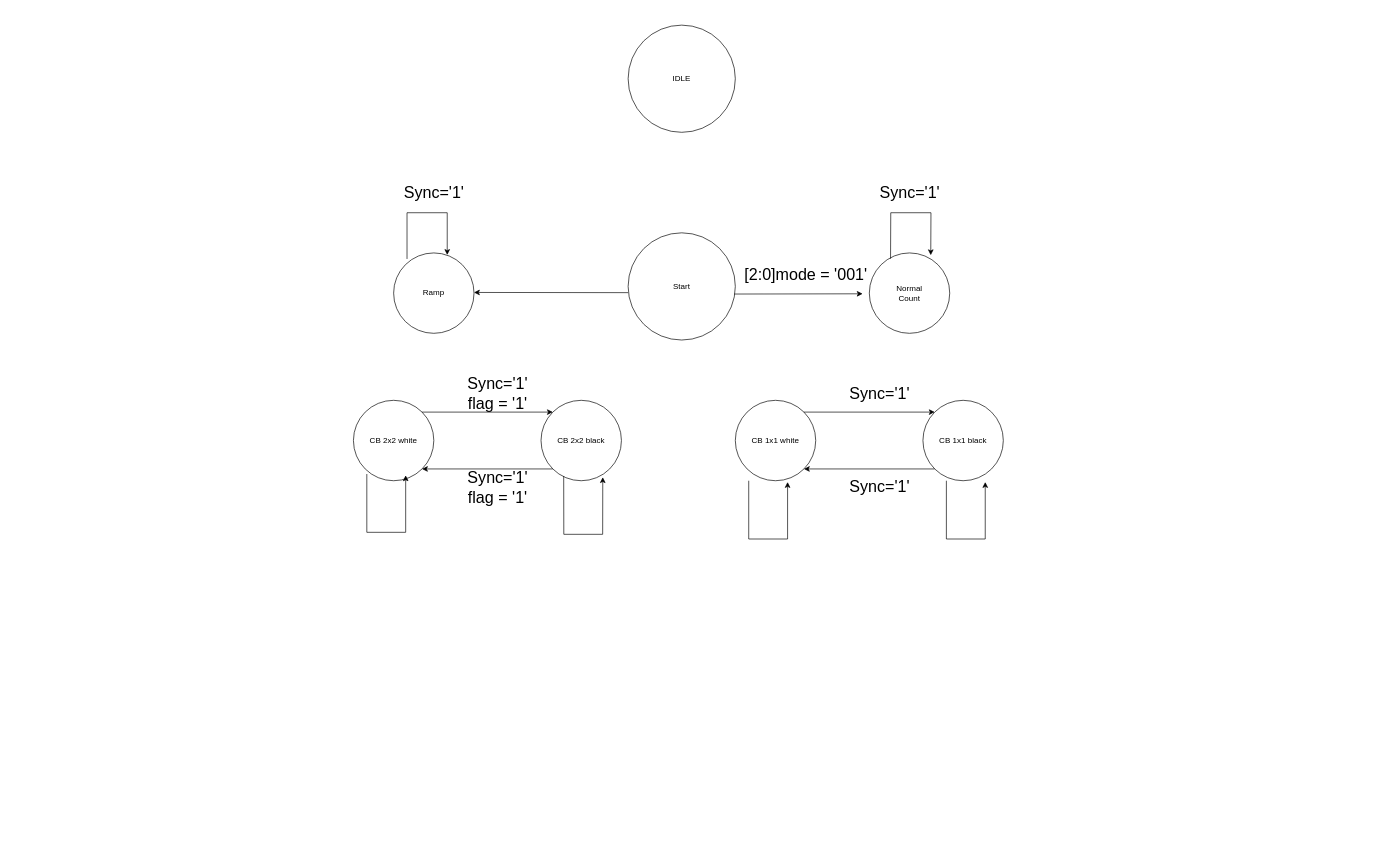
The draw.io diagram Diagrams/State_Machine.drawio in sabarioded/Patterns_Project, before the edit. Source tidied: cells renumbered, new cells numbered last; positions are measured from the earlier drawing's top-left corner, leaving out a move shared by most shapes. Both pictures are drawn from the tidied source at 67%, with x=0, y=0 at pixel (353, 25).
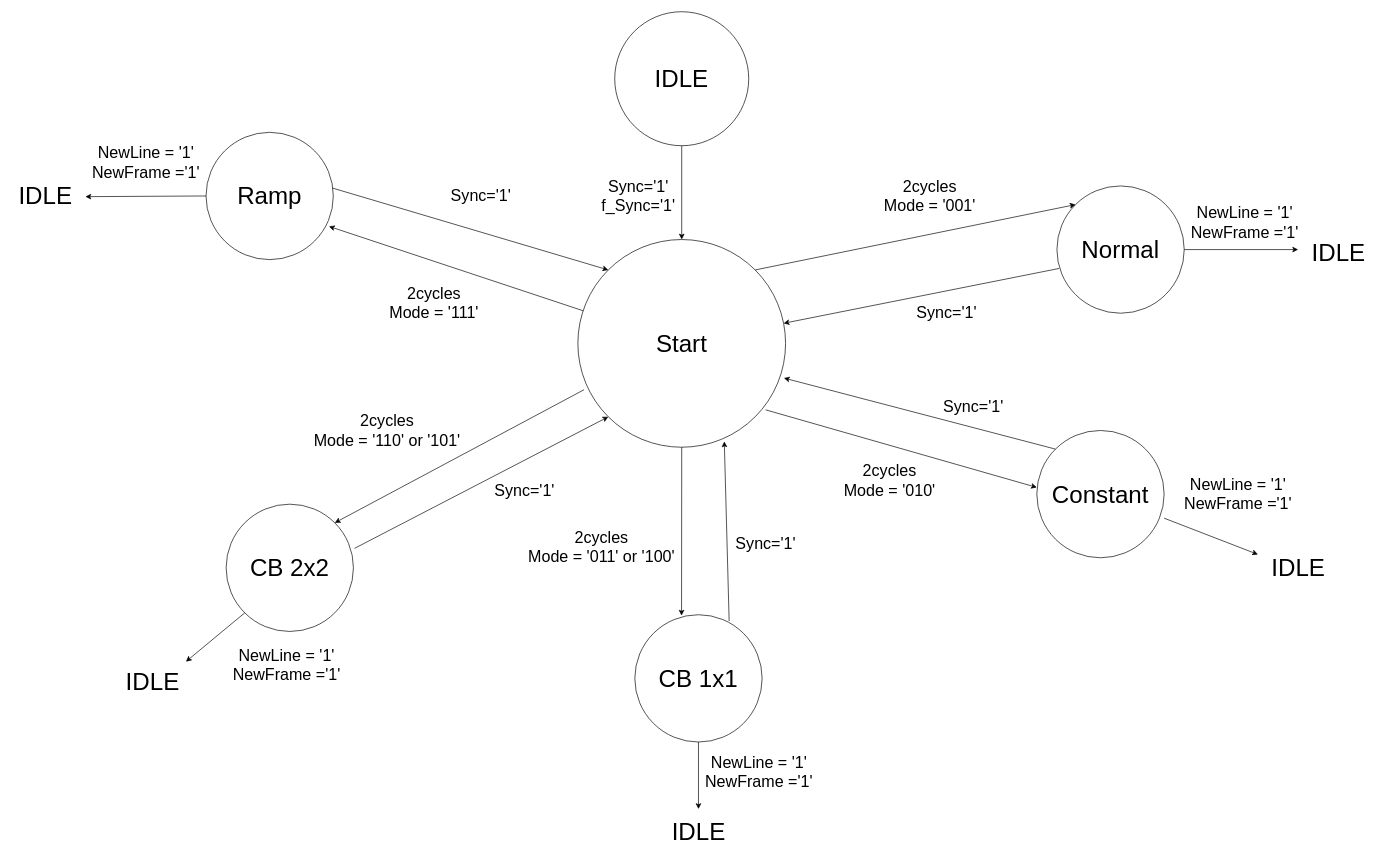
After the change.

What changed in the source:
```diff
@@
-    <mxCell id="2" value="Start" style="ellipse;whiteSpace=wrap;html=1;" parent="1" vertex="1">
-      <mxGeometry x="410" y="310" width="160" height="160" as="geometry" />
+    <mxCell id="2" value="&lt;font style=&quot;font-size: 36px;&quot;&gt;Start&lt;/font&gt;" style="ellipse;whiteSpace=wrap;html=1;" parent="1" vertex="1">
+      <mxGeometry x="335" y="320" width="310" height="310" as="geometry" />
     </mxCell>
-    <mxCell id="3" value="Normal&lt;div&gt;Count&lt;/div&gt;" style="ellipse;whiteSpace=wrap;html=1;" parent="1" vertex="1">
-      <mxGeometry x="770" y="340" width="120" height="120" as="geometry" />
-    </mxCell>
-    <mxCell id="4" style="endArrow=classic;html=1;rounded=0;exitX=0.99;exitY=0.571;exitDx=0;exitDy=0;exitPerimeter=0;" parent="1" edge="1" source="2">
-      <mxGeometry relative="1" as="geometry">
-        <mxPoint x="760" y="401" as="targetPoint" />
-      </mxGeometry>
-    </mxCell>
-    <mxCell id="5" value="&lt;font style=&quot;font-size: 24px;&quot;&gt;[2:0]mode = '001'&lt;/font&gt;" style="text;html=1;align=center;verticalAlign=middle;strokeColor=none;fillColor=none;" parent="1" vertex="1">
-      <mxGeometry x="570" y="353" width="210" height="40" as="geometry" />
-    </mxCell>
-    <mxCell id="6" style="endArrow=classic;html=1;rounded=0;exitX=0.264;exitY=0.072;exitDx=0;exitDy=0;exitPerimeter=0;entryX=0.764;entryY=0.028;entryDx=0;entryDy=0;entryPerimeter=0;" parent="1" edge="1" source="3" target="3">
-      <mxGeometry relative="1" as="geometry">
-        <Array as="points">
-          <mxPoint x="802" y="280" />
-          <mxPoint x="862" y="280" />
-        </Array>
-      </mxGeometry>
-    </mxCell>
-    <mxCell id="7" value="&lt;font style=&quot;font-size: 24px;&quot;&gt;Sync='1'&lt;/font&gt;" style="text;html=1;align=center;verticalAlign=middle;strokeColor=none;fillColor=none;" parent="1" vertex="1">
-      <mxGeometry x="775" y="230" width="110" height="40" as="geometry" />
-    </mxCell>
-    <mxCell id="8" style="endArrow=classic;html=1;rounded=0;" parent="1" edge="1">
-      <mxGeometry relative="1" as="geometry">
-        <mxPoint x="410" y="399.3" as="sourcePoint" />
-        <mxPoint x="180" y="399" as="targetPoint" />
-      </mxGeometry>
-    </mxCell>
-    <mxCell id="9" value="&lt;div&gt;Ramp&lt;/div&gt;" style="ellipse;whiteSpace=wrap;html=1;" parent="1" vertex="1">
-      <mxGeometry x="60" y="340" width="120" height="120" as="geometry" />
+    <mxCell id="9" value="&lt;div&gt;&lt;font style=&quot;font-size: 36px;&quot;&gt;Ramp&lt;/font&gt;&lt;/div&gt;" style="ellipse;whiteSpace=wrap;html=1;" parent="1" vertex="1">
+      <mxGeometry x="-220" y="160" width="190" height="190" as="geometry" />
     </mxCell>
-    <mxCell id="10" style="endArrow=classic;html=1;rounded=0;exitX=0.264;exitY=0.072;exitDx=0;exitDy=0;exitPerimeter=0;entryX=0.764;entryY=0.028;entryDx=0;entryDy=0;entryPerimeter=0;" parent="1" edge="1">
-      <mxGeometry relative="1" as="geometry">
-        <mxPoint x="80" y="349" as="sourcePoint" />
-        <mxPoint x="140" y="343" as="targetPoint" />
-        <Array as="points">
-          <mxPoint x="80" y="280" />
-          <mxPoint x="140" y="280" />
-        </Array>
-      </mxGeometry>
-    </mxCell>
-    <mxCell id="11" value="&lt;font style=&quot;font-size: 24px;&quot;&gt;Sync='1'&lt;/font&gt;" style="text;html=1;align=center;verticalAlign=middle;strokeColor=none;fillColor=none;" parent="1" vertex="1">
-      <mxGeometry x="65" y="230" width="110" height="40" as="geometry" />
-    </mxCell>
-    <mxCell id="12" value="CB 1x1 white" style="ellipse;whiteSpace=wrap;html=1;" parent="1" vertex="1">
-      <mxGeometry x="570" y="560" width="120" height="120" as="geometry" />
-    </mxCell>
-    <mxCell id="13" value="&lt;div&gt;CB 1x1 black&lt;/div&gt;" style="ellipse;whiteSpace=wrap;html=1;" parent="1" vertex="1">
-      <mxGeometry x="850" y="560" width="120" height="120" as="geometry" />
-    </mxCell>
-    <mxCell id="14" style="endArrow=classic;html=1;rounded=0;exitX=1;exitY=0;exitDx=0;exitDy=0;entryX=0;entryY=0;entryDx=0;entryDy=0;" parent="1" edge="1" source="12" target="13">
-      <mxGeometry relative="1" as="geometry" />
-    </mxCell>
-    <mxCell id="15" style="endArrow=classic;html=1;rounded=0;exitX=0;exitY=1;exitDx=0;exitDy=0;entryX=1;entryY=1;entryDx=0;entryDy=0;" parent="1" edge="1" source="13" target="12">
-      <mxGeometry relative="1" as="geometry" />
-    </mxCell>
-    <mxCell id="16" value="&lt;font style=&quot;font-size: 24px;&quot;&gt;Sync='1'&lt;/font&gt;" style="text;html=1;align=center;verticalAlign=middle;strokeColor=none;fillColor=none;" parent="1" vertex="1">
-      <mxGeometry x="730" y="530" width="110" height="40" as="geometry" />
-    </mxCell>
-    <mxCell id="17" value="&lt;font style=&quot;font-size: 24px;&quot;&gt;Sync='1'&lt;/font&gt;" style="text;html=1;align=center;verticalAlign=middle;strokeColor=none;fillColor=none;" parent="1" vertex="1">
-      <mxGeometry x="730" y="670" width="110" height="40" as="geometry" />
-    </mxCell>
-    <mxCell id="18" value="CB 2x2 white" style="ellipse;whiteSpace=wrap;html=1;" parent="1" vertex="1">
-      <mxGeometry y="560" width="120" height="120" as="geometry" />
-    </mxCell>
-    <mxCell id="19" value="&lt;div&gt;CB 2x2 black&lt;/div&gt;" style="ellipse;whiteSpace=wrap;html=1;" parent="1" vertex="1">
-      <mxGeometry x="280" y="560" width="120" height="120" as="geometry" />
-    </mxCell>
-    <mxCell id="20" style="endArrow=classic;html=1;rounded=0;exitX=1;exitY=0;exitDx=0;exitDy=0;entryX=0;entryY=0;entryDx=0;entryDy=0;" parent="1" edge="1" source="18" target="19">
-      <mxGeometry relative="1" as="geometry" />
-    </mxCell>
-    <mxCell id="21" style="endArrow=classic;html=1;rounded=0;exitX=0;exitY=1;exitDx=0;exitDy=0;entryX=1;entryY=1;entryDx=0;entryDy=0;" parent="1" edge="1" source="19" target="18">
-      <mxGeometry relative="1" as="geometry" />
-    </mxCell>
-    <mxCell id="22" value="&lt;font style=&quot;font-size: 24px;&quot;&gt;Sync='1'&lt;/font&gt;&lt;div&gt;&lt;font style=&quot;font-size: 24px;&quot;&gt;flag = '1'&lt;/font&gt;&lt;/div&gt;" style="text;html=1;align=center;verticalAlign=middle;strokeColor=none;fillColor=none;" parent="1" vertex="1">
-      <mxGeometry x="160" y="515" width="110" height="70" as="geometry" />
-    </mxCell>
-    <mxCell id="23" value="&lt;font style=&quot;font-size: 24px;&quot;&gt;Sync='1'&lt;/font&gt;&lt;div&gt;&lt;font style=&quot;font-size: 24px;&quot;&gt;flag = '1'&lt;/font&gt;&lt;/div&gt;" style="text;html=1;align=center;verticalAlign=middle;strokeColor=none;fillColor=none;" parent="1" vertex="1">
-      <mxGeometry x="160" y="655" width="110" height="70" as="geometry" />
-    </mxCell>
-    <mxCell id="24" value="IDLE" style="ellipse;whiteSpace=wrap;html=1;" parent="1" vertex="1">
-      <mxGeometry x="410" width="160" height="160" as="geometry" />
+    <mxCell id="24" value="&lt;font style=&quot;font-size: 36px;&quot;&gt;IDLE&lt;/font&gt;" style="ellipse;whiteSpace=wrap;html=1;" parent="1" vertex="1">
+      <mxGeometry x="390" y="-20" width="200" height="200" as="geometry" />
     </mxCell>
-    <mxCell id="25" style="endArrow=classic;html=1;rounded=0;exitX=0.282;exitY=0.942;exitDx=0;exitDy=0;exitPerimeter=0;entryX=0.768;entryY=0.956;entryDx=0;entryDy=0;entryPerimeter=0;" parent="1" edge="1" source="19" target="19">
-      <mxGeometry relative="1" as="geometry">
-        <Array as="points">
-          <mxPoint x="314" y="760" />
-          <mxPoint x="372" y="760" />
-        </Array>
-      </mxGeometry>
-    </mxCell>
-    <mxCell id="26" style="endArrow=classic;html=1;rounded=0;exitX=0.282;exitY=0.942;exitDx=0;exitDy=0;exitPerimeter=0;entryX=0.768;entryY=0.956;entryDx=0;entryDy=0;entryPerimeter=0;" parent="1" edge="1">
-      <mxGeometry relative="1" as="geometry">
-        <mxPoint x="20" y="670" as="sourcePoint" />
-        <mxPoint x="78" y="672" as="targetPoint" />
-        <Array as="points">
-          <mxPoint x="20" y="757" />
-          <mxPoint x="78" y="757" />
-        </Array>
-      </mxGeometry>
-    </mxCell>
-    <mxCell id="27" style="endArrow=classic;html=1;rounded=0;exitX=0.282;exitY=0.942;exitDx=0;exitDy=0;exitPerimeter=0;entryX=0.768;entryY=0.956;entryDx=0;entryDy=0;entryPerimeter=0;" parent="1" edge="1">
-      <mxGeometry relative="1" as="geometry">
-        <mxPoint x="590" y="680" as="sourcePoint" />
-        <mxPoint x="648" y="682" as="targetPoint" />
-        <Array as="points">
-          <mxPoint x="590" y="767" />
-          <mxPoint x="648" y="767" />
-        </Array>
-      </mxGeometry>
-    </mxCell>
-    <mxCell id="28" style="endArrow=classic;html=1;rounded=0;exitX=0.282;exitY=0.942;exitDx=0;exitDy=0;exitPerimeter=0;entryX=0.768;entryY=0.956;entryDx=0;entryDy=0;entryPerimeter=0;" parent="1" edge="1">
-      <mxGeometry relative="1" as="geometry">
-        <mxPoint x="885" y="680" as="sourcePoint" />
-        <mxPoint x="943" y="682" as="targetPoint" />
-        <Array as="points">
-          <mxPoint x="885" y="767" />
-          <mxPoint x="943" y="767" />
-        </Array>
-      </mxGeometry>
-    </mxCell>
+    <mxCell id="29" style="endArrow=classic;html=1;rounded=0;exitX=0.5;exitY=1;exitDx=0;exitDy=0;entryX=0.5;entryY=0;entryDx=0;entryDy=0;" parent="1" edge="1" source="24" target="2">
+      <mxGeometry relative="1" as="geometry" />
+    </mxCell>
+    <mxCell id="30" value="&lt;span style=&quot;font-size: 24px;&quot;&gt;Sync='1'&lt;/span&gt;&lt;div&gt;&lt;span style=&quot;font-size: 24px;&quot;&gt;f_Sync='1'&lt;/span&gt;&lt;/div&gt;" style="text;html=1;align=center;verticalAlign=middle;strokeColor=none;fillColor=none;" parent="1" vertex="1">
+      <mxGeometry x="360" y="220" width="130" height="70" as="geometry" />
+    </mxCell>
+    <mxCell id="31" value="&lt;div&gt;&lt;font style=&quot;font-size: 36px;&quot;&gt;CB 2x2&lt;/font&gt;&lt;/div&gt;" style="ellipse;whiteSpace=wrap;html=1;" parent="1" vertex="1">
+      <mxGeometry x="-190" y="715" width="190" height="190" as="geometry" />
+    </mxCell>
+    <mxCell id="32" value="&lt;div&gt;&lt;font style=&quot;font-size: 36px;&quot;&gt;Constant&lt;/font&gt;&lt;/div&gt;" style="ellipse;whiteSpace=wrap;html=1;" parent="1" vertex="1">
+      <mxGeometry x="1020" y="605" width="190" height="190" as="geometry" />
+    </mxCell>
+    <mxCell id="33" value="&lt;div&gt;&lt;font style=&quot;font-size: 36px;&quot;&gt;Normal&lt;/font&gt;&lt;/div&gt;" style="ellipse;whiteSpace=wrap;html=1;" parent="1" vertex="1">
+      <mxGeometry x="1050" y="240" width="190" height="190" as="geometry" />
+    </mxCell>
+    <mxCell id="34" style="endArrow=classic;html=1;rounded=0;exitX=0.994;exitY=0.438;exitDx=0;exitDy=0;entryX=0;entryY=0;entryDx=0;entryDy=0;exitPerimeter=0;" parent="1" edge="1" source="9" target="2">
+      <mxGeometry relative="1" as="geometry" />
+    </mxCell>
+    <mxCell id="35" style="endArrow=classic;html=1;rounded=0;entryX=0.966;entryY=0.739;entryDx=0;entryDy=0;entryPerimeter=0;" parent="1" edge="1" source="2" target="9">
+      <mxGeometry relative="1" as="geometry" />
+    </mxCell>
+    <mxCell id="36" style="endArrow=classic;html=1;rounded=0;exitX=1;exitY=0;exitDx=0;exitDy=0;entryX=0;entryY=0;entryDx=0;entryDy=0;" parent="1" edge="1" source="2" target="33">
+      <mxGeometry relative="1" as="geometry" />
+    </mxCell>
+    <mxCell id="37" style="endArrow=classic;html=1;rounded=0;exitX=0.019;exitY=0.648;exitDx=0;exitDy=0;exitPerimeter=0;" parent="1" edge="1" source="33" target="2">
+      <mxGeometry relative="1" as="geometry" />
+    </mxCell>
+    <mxCell id="38" style="endArrow=classic;html=1;rounded=0;exitX=0;exitY=0;exitDx=0;exitDy=0;entryX=0.992;entryY=0.667;entryDx=0;entryDy=0;entryPerimeter=0;" parent="1" edge="1" source="32" target="2">
+      <mxGeometry relative="1" as="geometry" />
+    </mxCell>
+    <mxCell id="39" style="endArrow=classic;html=1;rounded=0;exitX=0.904;exitY=0.82;exitDx=0;exitDy=0;exitPerimeter=0;" parent="1" edge="1" source="2">
+      <mxGeometry relative="1" as="geometry">
+        <mxPoint x="1020" y="690" as="targetPoint" />
+      </mxGeometry>
+    </mxCell>
+    <mxCell id="40" style="endArrow=classic;html=1;rounded=0;exitX=0.03;exitY=0.723;exitDx=0;exitDy=0;entryX=1;entryY=0;entryDx=0;entryDy=0;exitPerimeter=0;" parent="1" edge="1" source="2" target="31">
+      <mxGeometry relative="1" as="geometry" />
+    </mxCell>
+    <mxCell id="41" style="endArrow=classic;html=1;rounded=0;entryX=0;entryY=1;entryDx=0;entryDy=0;exitX=1.009;exitY=0.347;exitDx=0;exitDy=0;exitPerimeter=0;" parent="1" edge="1" source="31" target="2">
+      <mxGeometry relative="1" as="geometry" />
+    </mxCell>
+    <mxCell id="42" value="&lt;font style=&quot;font-size: 24px;&quot;&gt;Sync='1'&lt;/font&gt;" style="text;html=1;align=center;verticalAlign=middle;strokeColor=none;fillColor=none;rotation=0;" parent="1" vertex="1">
+      <mxGeometry x="135" y="235" width="110" height="40" as="geometry" />
+    </mxCell>
+    <mxCell id="43" value="&lt;div&gt;&lt;font style=&quot;font-size: 36px;&quot;&gt;CB 1x1&lt;/font&gt;&lt;/div&gt;" style="ellipse;whiteSpace=wrap;html=1;" parent="1" vertex="1">
+      <mxGeometry x="420" y="880" width="190" height="190" as="geometry" />
+    </mxCell>
+    <mxCell id="44" style="endArrow=classic;html=1;rounded=0;exitX=0.5;exitY=1;exitDx=0;exitDy=0;entryX=0.367;entryY=0.007;entryDx=0;entryDy=0;entryPerimeter=0;" parent="1" edge="1" source="2" target="43">
+      <mxGeometry relative="1" as="geometry" />
+    </mxCell>
+    <mxCell id="45" style="endArrow=classic;html=1;rounded=0;exitX=0.741;exitY=0.05;exitDx=0;exitDy=0;exitPerimeter=0;entryX=0.705;entryY=0.972;entryDx=0;entryDy=0;entryPerimeter=0;" parent="1" edge="1" source="43" target="2">
+      <mxGeometry relative="1" as="geometry" />
+    </mxCell>
+    <mxCell id="46" value="&lt;font style=&quot;font-size: 24px;&quot;&gt;2cycles&lt;/font&gt;&lt;div&gt;&lt;span style=&quot;font-size: 24px;&quot;&gt;Mode = '111'&lt;/span&gt;&lt;/div&gt;" style="text;html=1;align=center;verticalAlign=middle;strokeColor=none;fillColor=none;rotation=0;" parent="1" vertex="1">
+      <mxGeometry x="40" y="380" width="160" height="70" as="geometry" />
+    </mxCell>
+    <mxCell id="47" value="&lt;font style=&quot;font-size: 24px;&quot;&gt;Sync='1'&lt;/font&gt;" style="text;html=1;align=center;verticalAlign=middle;strokeColor=none;fillColor=none;rotation=0;" parent="1" vertex="1">
+      <mxGeometry x="200" y="675" width="110" height="40" as="geometry" />
+    </mxCell>
+    <mxCell id="48" value="&lt;font style=&quot;font-size: 24px;&quot;&gt;2cycles&lt;/font&gt;&lt;div&gt;&lt;span style=&quot;font-size: 24px;&quot;&gt;Mode = '110' or '101'&lt;/span&gt;&lt;/div&gt;" style="text;html=1;align=center;verticalAlign=middle;strokeColor=none;fillColor=none;rotation=0;" parent="1" vertex="1">
+      <mxGeometry x="-70" y="570" width="240" height="70" as="geometry" />
+    </mxCell>
+    <mxCell id="49" value="&lt;font style=&quot;font-size: 24px;&quot;&gt;2cycles&lt;/font&gt;&lt;div&gt;&lt;span style=&quot;font-size: 24px;&quot;&gt;Mode = '011' or '100'&lt;/span&gt;&lt;/div&gt;" style="text;html=1;align=center;verticalAlign=middle;strokeColor=none;fillColor=none;rotation=0;" parent="1" vertex="1">
+      <mxGeometry x="250" y="744" width="240" height="70" as="geometry" />
+    </mxCell>
+    <mxCell id="50" value="&lt;font style=&quot;font-size: 24px;&quot;&gt;Sync='1'&lt;/font&gt;" style="text;html=1;align=center;verticalAlign=middle;strokeColor=none;fillColor=none;rotation=0;" parent="1" vertex="1">
+      <mxGeometry x="560" y="755" width="110" height="40" as="geometry" />
+    </mxCell>
+    <mxCell id="51" value="&lt;font style=&quot;font-size: 24px;&quot;&gt;Sync='1'&lt;/font&gt;" style="text;html=1;align=center;verticalAlign=middle;strokeColor=none;fillColor=none;rotation=0;" parent="1" vertex="1">
+      <mxGeometry x="870" y="550" width="110" height="40" as="geometry" />
+    </mxCell>
+    <mxCell id="52" value="&lt;font style=&quot;font-size: 24px;&quot;&gt;2cycles&lt;/font&gt;&lt;div&gt;&lt;span style=&quot;font-size: 24px;&quot;&gt;Mode = '010'&lt;/span&gt;&lt;/div&gt;" style="text;html=1;align=center;verticalAlign=middle;strokeColor=none;fillColor=none;rotation=0;" parent="1" vertex="1">
+      <mxGeometry x="720" y="645" width="160" height="70" as="geometry" />
+    </mxCell>
+    <mxCell id="53" value="&lt;font style=&quot;font-size: 24px;&quot;&gt;2cycles&lt;/font&gt;&lt;div&gt;&lt;span style=&quot;font-size: 24px;&quot;&gt;Mode = '001'&lt;/span&gt;&lt;/div&gt;" style="text;html=1;align=center;verticalAlign=middle;strokeColor=none;fillColor=none;rotation=0;" parent="1" vertex="1">
+      <mxGeometry x="780" y="220" width="160" height="70" as="geometry" />
+    </mxCell>
+    <mxCell id="54" value="&lt;font style=&quot;font-size: 24px;&quot;&gt;Sync='1'&lt;/font&gt;" style="text;html=1;align=center;verticalAlign=middle;strokeColor=none;fillColor=none;rotation=0;" parent="1" vertex="1">
+      <mxGeometry x="830" y="410" width="110" height="40" as="geometry" />
+    </mxCell>
+    <mxCell id="55" value="&lt;font style=&quot;font-size: 24px;&quot;&gt;NewLine = '1'&lt;/font&gt;&lt;div&gt;&lt;font style=&quot;font-size: 24px;&quot;&gt;NewFrame ='1'&lt;/font&gt;&lt;/div&gt;" style="text;html=1;align=center;verticalAlign=middle;strokeColor=none;fillColor=none;" parent="1" vertex="1">
+      <mxGeometry x="515" y="1080" width="180" height="70" as="geometry" />
+    </mxCell>
+    <mxCell id="56" style="endArrow=classic;html=1;rounded=0;exitX=0.5;exitY=1;exitDx=0;exitDy=0;" parent="1" edge="1" source="43">
+      <mxGeometry relative="1" as="geometry">
+        <mxPoint x="515" y="1170" as="targetPoint" />
+      </mxGeometry>
+    </mxCell>
+    <mxCell id="57" value="&lt;font style=&quot;font-size: 36px;&quot;&gt;IDLE&lt;/font&gt;" style="text;html=1;align=center;verticalAlign=middle;strokeColor=none;fillColor=none;" parent="1" vertex="1">
+      <mxGeometry x="465" y="1173" width="100" height="60" as="geometry" />
+    </mxCell>
+    <mxCell id="58" style="endArrow=classic;html=1;rounded=0;exitX=0;exitY=1;exitDx=0;exitDy=0;" parent="1" edge="1" source="31">
+      <mxGeometry relative="1" as="geometry">
+        <mxPoint x="-250" y="950" as="targetPoint" />
+      </mxGeometry>
+    </mxCell>
+    <mxCell id="59" value="&lt;font style=&quot;font-size: 24px;&quot;&gt;NewLine = '1'&lt;/font&gt;&lt;div&gt;&lt;font style=&quot;font-size: 24px;&quot;&gt;NewFrame ='1'&lt;/font&gt;&lt;/div&gt;" style="text;html=1;align=center;verticalAlign=middle;strokeColor=none;fillColor=none;" parent="1" vertex="1">
+      <mxGeometry x="-190" y="920" width="180" height="70" as="geometry" />
+    </mxCell>
+    <mxCell id="60" value="&lt;font style=&quot;font-size: 36px;&quot;&gt;IDLE&lt;/font&gt;" style="text;html=1;align=center;verticalAlign=middle;strokeColor=none;fillColor=none;" parent="1" vertex="1">
+      <mxGeometry x="-350" y="950" width="100" height="60" as="geometry" />
+    </mxCell>
+    <mxCell id="61" style="endArrow=classic;html=1;rounded=0;exitX=0;exitY=0.5;exitDx=0;exitDy=0;entryX=1.1;entryY=0.517;entryDx=0;entryDy=0;entryPerimeter=0;" parent="1" edge="1" source="9" target="63">
+      <mxGeometry relative="1" as="geometry" />
+    </mxCell>
+    <mxCell id="62" value="&lt;font style=&quot;font-size: 24px;&quot;&gt;NewLine = '1'&lt;/font&gt;&lt;div&gt;&lt;font style=&quot;font-size: 24px;&quot;&gt;NewFrame ='1'&lt;/font&gt;&lt;/div&gt;" style="text;html=1;align=center;verticalAlign=middle;strokeColor=none;fillColor=none;" parent="1" vertex="1">
+      <mxGeometry x="-400" y="170" width="180" height="70" as="geometry" />
+    </mxCell>
+    <mxCell id="63" value="&lt;font style=&quot;font-size: 36px;&quot;&gt;IDLE&lt;/font&gt;" style="text;html=1;align=center;verticalAlign=middle;points=[];strokeColor=none;fillColor=none;" parent="1" vertex="1">
+      <mxGeometry x="-510" y="225" width="100" height="60" as="geometry" />
+    </mxCell>
+    <mxCell id="64" style="endArrow=classic;html=1;rounded=0;exitX=1;exitY=0.689;exitDx=0;exitDy=0;exitPerimeter=0;" parent="1" edge="1" source="32">
+      <mxGeometry relative="1" as="geometry">
+        <mxPoint x="1350" y="790" as="targetPoint" />
+      </mxGeometry>
+    </mxCell>
+    <mxCell id="65" value="&lt;font style=&quot;font-size: 24px;&quot;&gt;NewLine = '1'&lt;/font&gt;&lt;div&gt;&lt;font style=&quot;font-size: 24px;&quot;&gt;NewFrame ='1'&lt;/font&gt;&lt;/div&gt;" style="text;html=1;align=center;verticalAlign=middle;strokeColor=none;fillColor=none;" parent="1" vertex="1">
+      <mxGeometry x="1230" y="665" width="180" height="70" as="geometry" />
+    </mxCell>
+    <mxCell id="66" value="&lt;font style=&quot;font-size: 36px;&quot;&gt;IDLE&lt;/font&gt;" style="text;html=1;align=center;verticalAlign=middle;strokeColor=none;fillColor=none;" parent="1" vertex="1">
+      <mxGeometry x="1360" y="780" width="100" height="60" as="geometry" />
+    </mxCell>
+    <mxCell id="67" style="endArrow=classic;html=1;rounded=0;exitX=1;exitY=0.5;exitDx=0;exitDy=0;" parent="1" edge="1" source="33">
+      <mxGeometry relative="1" as="geometry">
+        <mxPoint x="1410" y="335" as="targetPoint" />
+      </mxGeometry>
+    </mxCell>
+    <mxCell id="68" value="&lt;font style=&quot;font-size: 24px;&quot;&gt;NewLine = '1'&lt;/font&gt;&lt;div&gt;&lt;font style=&quot;font-size: 24px;&quot;&gt;NewFrame ='1'&lt;/font&gt;&lt;/div&gt;" style="text;html=1;align=center;verticalAlign=middle;strokeColor=none;fillColor=none;" parent="1" vertex="1">
+      <mxGeometry x="1240" y="260" width="180" height="70" as="geometry" />
+    </mxCell>
+    <mxCell id="69" value="&lt;font style=&quot;font-size: 36px;&quot;&gt;IDLE&lt;/font&gt;" style="text;html=1;align=center;verticalAlign=middle;strokeColor=none;fillColor=none;" parent="1" vertex="1">
+      <mxGeometry x="1420" y="310" width="100" height="60" as="geometry" />
+    </mxCell>
```
